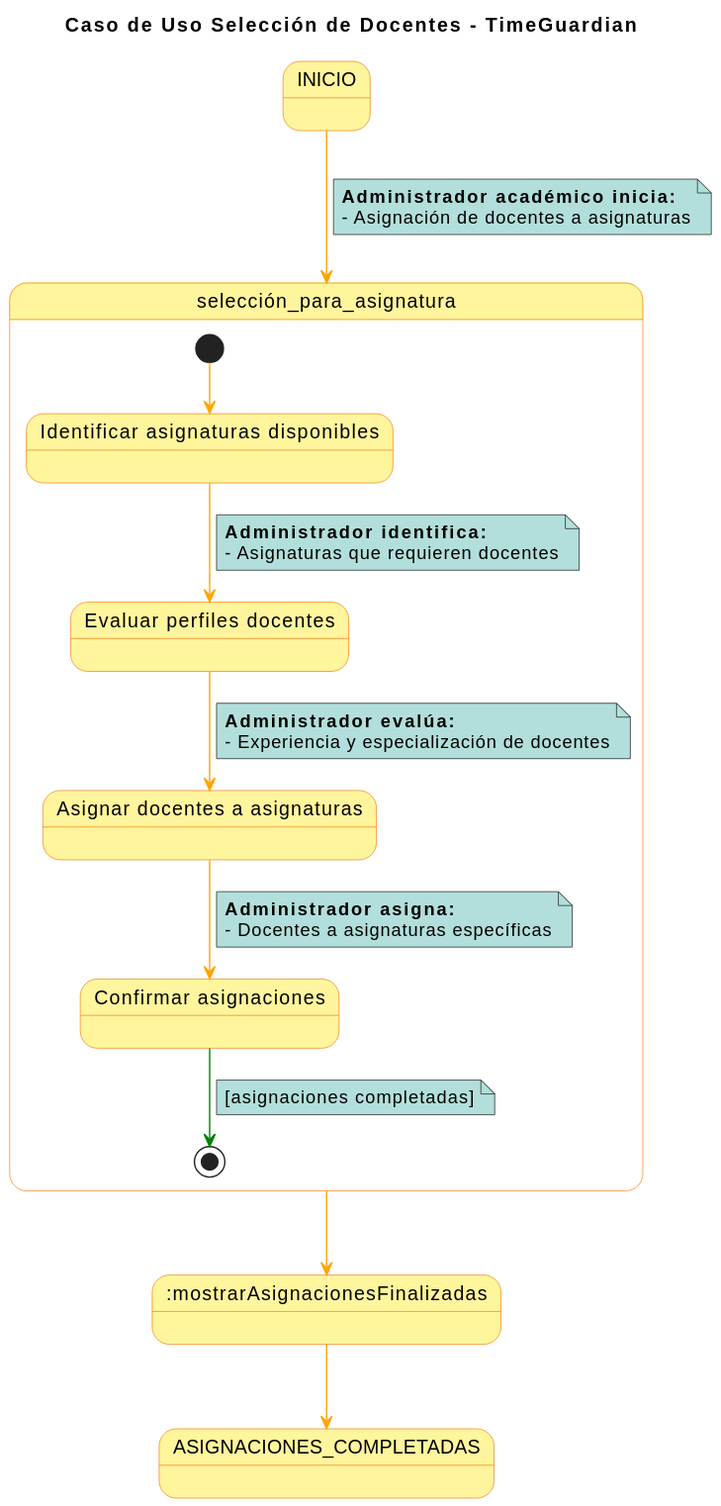
FernandoWilliam26/23-24-IdSw1-SDR keeps this PlantUML diagram as imagenes/Casos de Uso/Detalles de Selección de docentes.svg. Above is the earlier version.
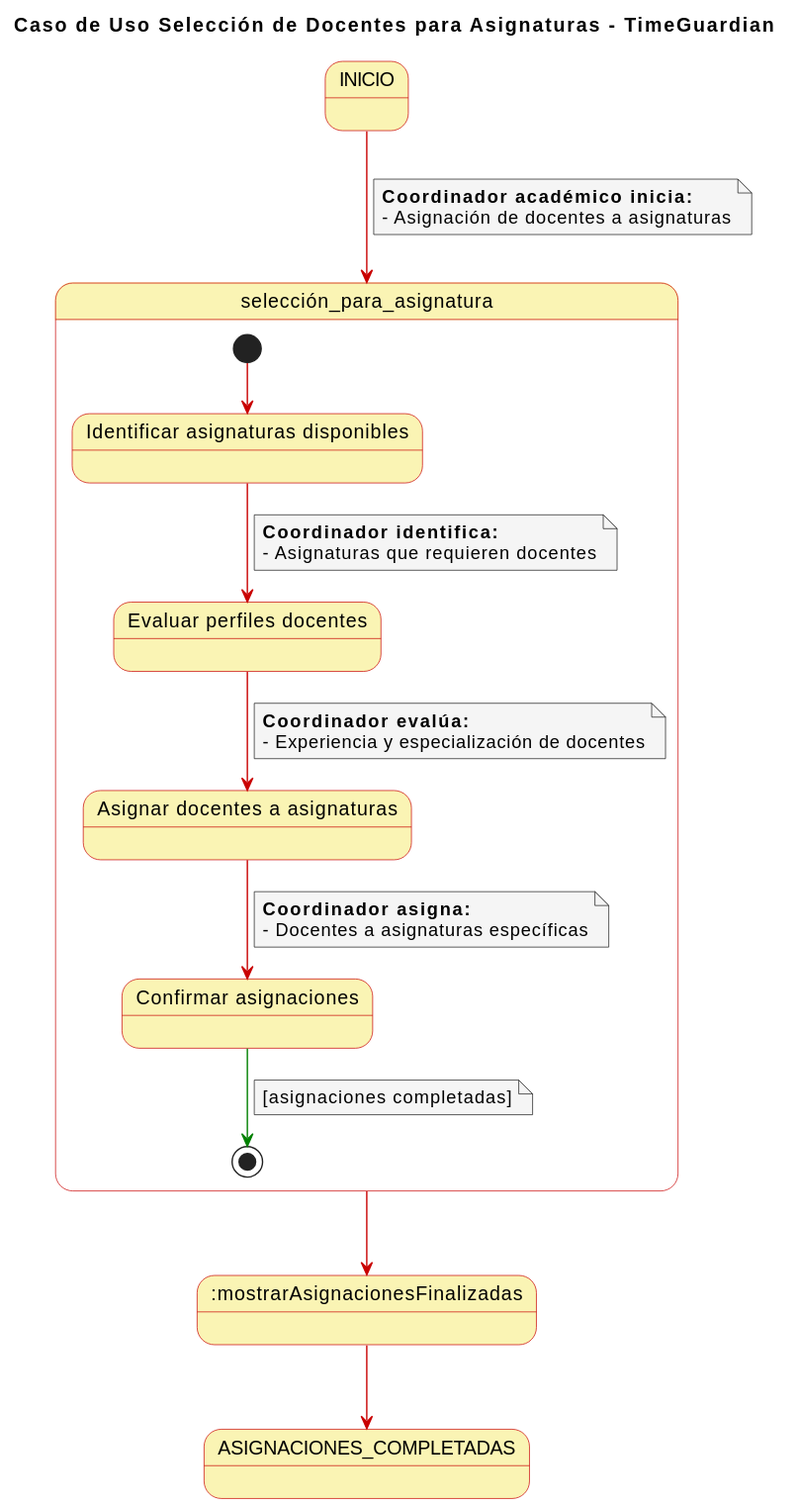
Later version of the same file.

Change to the diagram source:
```diff
@@ -1,20 +1,22 @@
 @startuml
 skinparam state {
-  BackgroundColor #fff59d
-  BorderColor #f57f17
+  BackgroundColor #faf4b4
+  BorderColor #c90000
+  TextColor #757575
 }
 
 skinparam note {
-  BackgroundColor #b2dfdb
+  BackgroundColor #f5f5f5
+  TextColor #757575
 }
 
 skinparam linetype polyline
 
-title Caso de Uso Selección de Docentes - TimeGuardian
+title Caso de Uso Selección de Docentes para Asignaturas - TimeGuardian
 
-INICIO -[#orange]-> selección_para_asignatura
+INICIO -[#c90000]-> selección_para_asignatura
 note on link
-  **Administrador académico inicia:**
+  **Coordinador académico inicia:**
   - Asignación de docentes a asignaturas
 end note
 
@@ -24,20 +26,20 @@
   state "Asignar docentes a asignaturas" as C
   state "Confirmar asignaciones" as D
 
-  [*] -[#orange]-> A
-  A -[#orange]-> B
+  [*] -[#c90000]-> A
+  A -[#c90000]-> B
   note on link
-      **Administrador identifica:**
+      **Coordinador identifica:**
       - Asignaturas que requieren docentes
   end note
-  B -[#orange]-> C
+  B -[#c90000]-> C
   note on link
-    **Administrador evalúa:**
+    **Coordinador evalúa:**
     - Experiencia y especialización de docentes
   end note
-  C -[#orange]-> D
+  C -[#c90000]-> D
   note on link
-    **Administrador asigna:**
+    **Coordinador asigna:**
     - Docentes a asignaturas específicas
   end note
   D -[#green]-> [*]
@@ -46,7 +48,7 @@
   end note
 }
 
-selección_para_asignatura -[#orange]-> :mostrarAsignacionesFinalizadas
+selección_para_asignatura -[#c90000]-> :mostrarAsignacionesFinalizadas
 
-:mostrarAsignacionesFinalizadas -[#orange]-> ASIGNACIONES_COMPLETADAS
+:mostrarAsignacionesFinalizadas -[#c90000]-> ASIGNACIONES_COMPLETADAS
 @enduml
```
